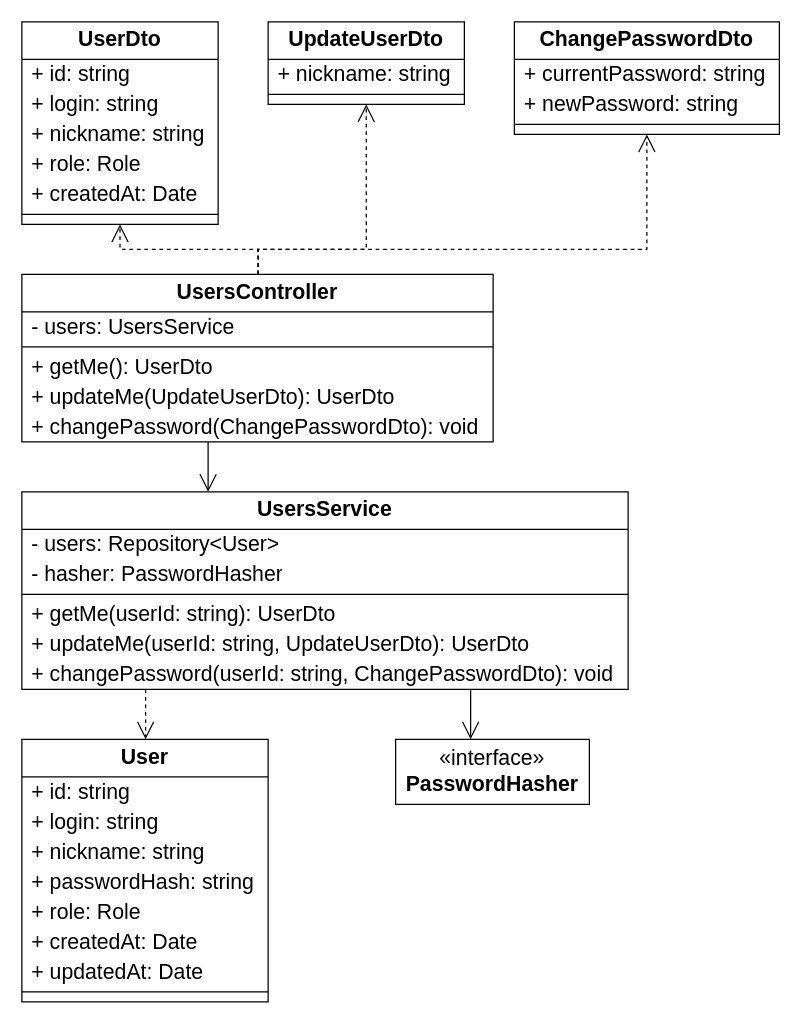
Above: page "Классы: users-service – профиль" (6 of 21) of docs/diagrams/Классы подробно.drawio in Shaherezada/tamagotchi (draw.io), before the change. Source tidied: cells renumbered, new cells numbered last; positions are measured from the earlier drawing's top-left corner, leaving out a move shared by most shapes. Both pictures are drawn from the tidied source at 125%, with x=0, y=0 at pixel (21, 21).
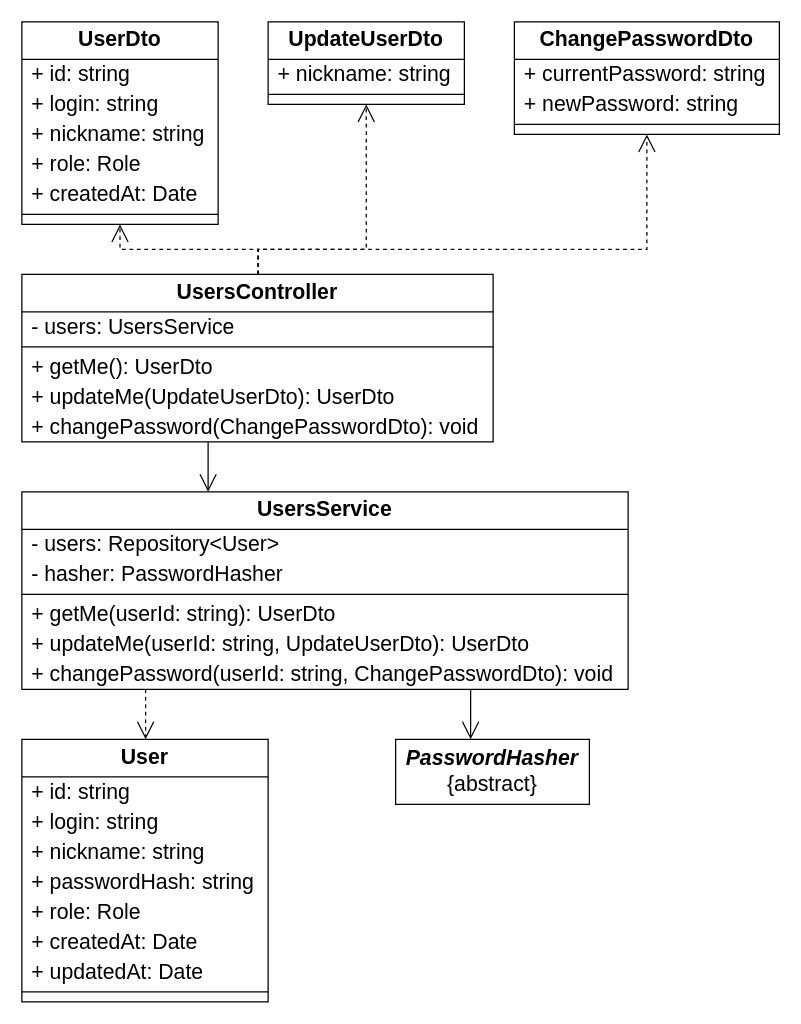
The same diagram, later.

What changed in the source:
```diff
@@
-    <mxCell id="47" value="&amp;laquo;interface&amp;raquo;&lt;br&gt;&lt;b&gt;PasswordHasher&lt;/b&gt;" style="rounded=0;whiteSpace=wrap;html=1;fillColor=#FFFFFF;fontStyle=0;strokeColor=#000000;fontColor=#000000;fontFamily=Arial;fontSize=17;" parent="1" vertex="1">
+    <mxCell id="47" value="&lt;b&gt;&lt;i&gt;PasswordHasher&lt;/i&gt;&lt;/b&gt;&lt;br&gt;{abstract}" style="rounded=0;whiteSpace=wrap;html=1;fillColor=#FFFFFF;fontStyle=0;strokeColor=#000000;fontColor=#000000;fontFamily=Arial;fontSize=17;" parent="1" vertex="1">
       <mxGeometry x="299" y="574" width="155" height="52" as="geometry" />
     </mxCell>
```
